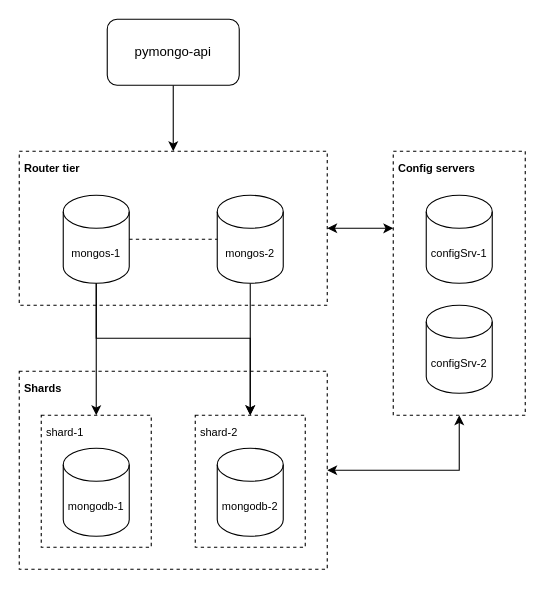
Above: 01-planing/sprint_2_task_1_mongo_sharding.drawio in IgorBarbashov/sa-sprint-02-sharding-and-replication (draw.io), before the change. Source tidied: cells renumbered, new cells numbered last; positions are measured from the earlier drawing's top-left corner, leaving out a move shared by most shapes. Both pictures are drawn from the tidied source at 110%, with x=0, y=0 at pixel (19, 19).
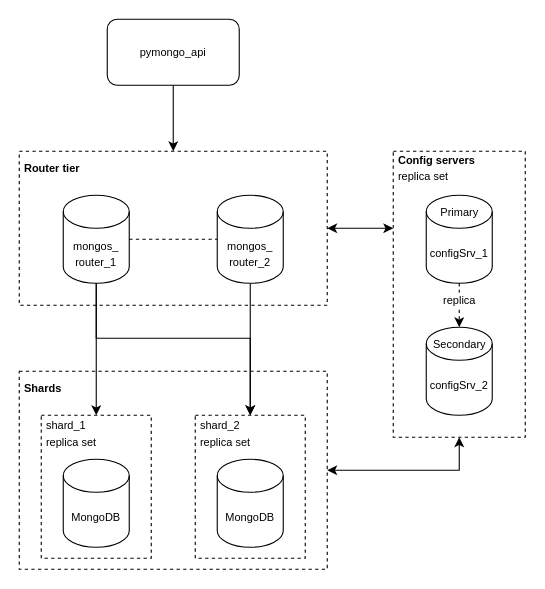
After the change.

Unchanged cells that the change refers to:
```xml
<mxCell id="4" style="rounded=0;whiteSpace=wrap;html=1;dashed=1;" parent="1" vertex="1">
  <mxGeometry y="120" width="280" height="140" as="geometry" />
</mxCell>
```

The edit, as a diff of the source:
```diff
@@
-    <mxCell id="6" value="&lt;font style=&quot;font-size: 10px;&quot;&gt;&lt;span style=&quot;text-wrap: nowrap;&quot;&gt;mongos-&lt;/span&gt;&lt;span style=&quot;text-wrap: nowrap; background-color: initial;&quot;&gt;2&lt;/span&gt;&lt;/font&gt;" style="shape=cylinder3;whiteSpace=wrap;html=1;boundedLbl=1;backgroundOutline=1;size=15;" parent="1" vertex="1">
+    <mxCell id="6" value="&lt;span style=&quot;font-size: 10px; text-wrap: nowrap;&quot;&gt;mongos_&lt;br&gt;router_2&lt;/span&gt;" style="shape=cylinder3;whiteSpace=wrap;html=1;boundedLbl=1;backgroundOutline=1;size=15;" parent="1" vertex="1">
       <mxGeometry x="180" y="160" width="60" height="80" as="geometry" />
     </mxCell>
@@
-    <mxCell id="8" value="&lt;font style=&quot;font-size: 10px;&quot;&gt;&lt;span style=&quot;text-wrap: nowrap;&quot;&gt;mongos-&lt;/span&gt;&lt;span style=&quot;text-wrap: nowrap; background-color: initial;&quot;&gt;1&lt;/span&gt;&lt;/font&gt;" style="shape=cylinder3;whiteSpace=wrap;html=1;boundedLbl=1;backgroundOutline=1;size=15;" parent="1" vertex="1">
+    <mxCell id="8" value="&lt;font style=&quot;font-size: 10px;&quot;&gt;&lt;span style=&quot;text-wrap: nowrap;&quot;&gt;mongos_&lt;br&gt;router_&lt;/span&gt;&lt;span style=&quot;text-wrap: nowrap; background-color: initial;&quot;&gt;1&lt;/span&gt;&lt;/font&gt;" style="shape=cylinder3;whiteSpace=wrap;html=1;boundedLbl=1;backgroundOutline=1;size=15;" parent="1" vertex="1">
       <mxGeometry x="40" y="160" width="60" height="80" as="geometry" />
     </mxCell>
@@
-    <mxCell id="11" value="pymongo-api" style="rounded=1;whiteSpace=wrap;html=1;" parent="1" vertex="1">
+    <mxCell id="11" value="&lt;font style=&quot;font-size: 10px;&quot;&gt;pymongo_api&lt;/font&gt;" style="rounded=1;whiteSpace=wrap;html=1;" parent="1" vertex="1">
       <mxGeometry x="80" width="120" height="60" as="geometry" />
     </mxCell>
@@
     <mxCell id="13" style="rounded=0;whiteSpace=wrap;html=1;dashed=1;" parent="1" vertex="1">
-      <mxGeometry x="20" y="360" width="100" height="120" as="geometry" />
+      <mxGeometry x="20" y="360" width="100" height="130" as="geometry" />
     </mxCell>
-    <mxCell id="14" value="&lt;font style=&quot;font-size: 10px;&quot;&gt;mongodb-1&lt;/font&gt;" style="shape=cylinder3;whiteSpace=wrap;html=1;boundedLbl=1;backgroundOutline=1;size=15;" parent="1" vertex="1">
-      <mxGeometry x="40" y="390" width="60" height="80" as="geometry" />
+    <mxCell id="14" value="&lt;font style=&quot;font-size: 10px;&quot;&gt;MongoDB&lt;/font&gt;" style="shape=cylinder3;whiteSpace=wrap;html=1;boundedLbl=1;backgroundOutline=1;size=15;" parent="1" vertex="1">
+      <mxGeometry x="40" y="400" width="60" height="80" as="geometry" />
     </mxCell>
     <mxCell id="15" style="rounded=0;whiteSpace=wrap;html=1;dashed=1;" parent="1" vertex="1">
-      <mxGeometry x="160" y="360" width="100" height="120" as="geometry" />
+      <mxGeometry x="160" y="360" width="100" height="130" as="geometry" />
     </mxCell>
-    <mxCell id="16" value="&lt;font style=&quot;font-size: 10px;&quot;&gt;mongodb-2&lt;/font&gt;" style="shape=cylinder3;whiteSpace=wrap;html=1;boundedLbl=1;backgroundOutline=1;size=15;" parent="1" vertex="1">
-      <mxGeometry x="180" y="390" width="60" height="80" as="geometry" />
+    <mxCell id="16" value="&lt;span style=&quot;font-size: 10px;&quot;&gt;MongoDB&lt;/span&gt;" style="shape=cylinder3;whiteSpace=wrap;html=1;boundedLbl=1;backgroundOutline=1;size=15;" parent="1" vertex="1">
+      <mxGeometry x="180" y="400" width="60" height="80" as="geometry" />
     </mxCell>
-    <mxCell id="17" value="&lt;font style=&quot;font-size: 10px;&quot;&gt;&amp;nbsp;shard-1&lt;/font&gt;" style="text;html=1;align=left;verticalAlign=middle;strokeColor=none;fillColor=none;" parent="1" vertex="1">
-      <mxGeometry x="20" y="362" width="55" height="26" as="geometry" />
+    <mxCell id="17" value="&lt;font style=&quot;font-size: 10px;&quot;&gt;&amp;nbsp;shard_1&lt;/font&gt;&lt;div&gt;&lt;font style=&quot;font-size: 10px;&quot;&gt;&amp;nbsp;replica set&lt;/font&gt;&lt;/div&gt;" style="text;html=1;align=left;verticalAlign=middle;strokeColor=none;fillColor=none;" parent="1" vertex="1">
+      <mxGeometry x="20" y="355" width="66" height="41" as="geometry" />
     </mxCell>
-    <mxCell id="18" value="&lt;font style=&quot;font-size: 10px;&quot;&gt;&amp;nbsp;shard-2&lt;/font&gt;" style="text;html=1;align=left;verticalAlign=middle;strokeColor=none;fillColor=none;" parent="1" vertex="1">
-      <mxGeometry x="160" y="362" width="55" height="26" as="geometry" />
+    <mxCell id="18" value="&lt;font style=&quot;font-size: 10px;&quot;&gt;&amp;nbsp;shard_2&lt;/font&gt;&lt;div&gt;&lt;font style=&quot;font-size: 10px;&quot;&gt;&amp;nbsp;replica set&lt;br&gt;&lt;/font&gt;&lt;/div&gt;" style="text;html=1;align=left;verticalAlign=middle;strokeColor=none;fillColor=none;" parent="1" vertex="1">
+      <mxGeometry x="160" y="355" width="66" height="41" as="geometry" />
     </mxCell>
     <mxCell id="19" style="rounded=0;whiteSpace=wrap;html=1;dashed=1;" parent="1" vertex="1">
-      <mxGeometry x="340" y="120" width="120" height="240" as="geometry" />
+      <mxGeometry x="340" y="120" width="120" height="260" as="geometry" />
     </mxCell>
-    <mxCell id="20" value="&lt;font style=&quot;&quot;&gt;&lt;span style=&quot;font-size: 10px; text-wrap: nowrap;&quot;&gt;configSrv-&lt;/span&gt;&lt;span style=&quot;font-size: 10px; text-wrap: nowrap; background-color: initial;&quot;&gt;2&lt;/span&gt;&lt;/font&gt;" style="shape=cylinder3;whiteSpace=wrap;html=1;boundedLbl=1;backgroundOutline=1;size=15;" parent="1" vertex="1">
-      <mxGeometry x="370" y="260" width="60" height="80" as="geometry" />
+    <mxCell id="20" value="&lt;font style=&quot;&quot;&gt;&lt;span style=&quot;font-size: 10px; text-wrap: nowrap;&quot;&gt;configSrv_&lt;/span&gt;&lt;span style=&quot;font-size: 10px; text-wrap: nowrap; background-color: initial;&quot;&gt;2&lt;/span&gt;&lt;/font&gt;" style="shape=cylinder3;whiteSpace=wrap;html=1;boundedLbl=1;backgroundOutline=1;size=15;" parent="1" vertex="1">
+      <mxGeometry x="370" y="280" width="60" height="80" as="geometry" />
     </mxCell>
-    <mxCell id="21" value="&lt;font style=&quot;&quot;&gt;&lt;span style=&quot;font-size: 10px; text-wrap: nowrap;&quot;&gt;configSrv-&lt;/span&gt;&lt;span style=&quot;font-size: 10px; text-wrap: nowrap; background-color: initial;&quot;&gt;1&lt;/span&gt;&lt;/font&gt;" style="shape=cylinder3;whiteSpace=wrap;html=1;boundedLbl=1;backgroundOutline=1;size=15;" parent="1" vertex="1">
+    <mxCell id="21" value="&lt;font style=&quot;&quot;&gt;&lt;span style=&quot;font-size: 10px; text-wrap: nowrap;&quot;&gt;configSrv_&lt;/span&gt;&lt;span style=&quot;font-size: 10px; text-wrap: nowrap; background-color: initial;&quot;&gt;1&lt;/span&gt;&lt;/font&gt;" style="shape=cylinder3;whiteSpace=wrap;html=1;boundedLbl=1;backgroundOutline=1;size=15;" parent="1" vertex="1">
       <mxGeometry x="370" y="160" width="60" height="80" as="geometry" />
     </mxCell>
-    <mxCell id="22" value="&lt;b&gt;&lt;font style=&quot;font-size: 10px;&quot;&gt;&amp;nbsp;Config servers&lt;/font&gt;&lt;/b&gt;" style="text;html=1;align=left;verticalAlign=middle;strokeColor=none;fillColor=none;" parent="1" vertex="1">
-      <mxGeometry x="340" y="122" width="91" height="26" as="geometry" />
+    <mxCell id="22" value="&lt;b&gt;&lt;font style=&quot;font-size: 10px;&quot;&gt;&amp;nbsp;Config servers&lt;/font&gt;&lt;/b&gt;&lt;div&gt;&lt;span style=&quot;font-size: 10px;&quot;&gt;&amp;nbsp;replica set&lt;/span&gt;&lt;b&gt;&lt;font style=&quot;font-size: 10px;&quot;&gt;&lt;br&gt;&lt;/font&gt;&lt;/b&gt;&lt;/div&gt;" style="text;html=1;align=left;verticalAlign=middle;strokeColor=none;fillColor=none;" parent="1" vertex="1">
+      <mxGeometry x="340" y="115" width="100" height="40" as="geometry" />
     </mxCell>
@@
-    <mxCell id="25" style="edgeStyle=orthogonalEdgeStyle;rounded=0;jettySize=auto;html=1;entryX=0;entryY=0.292;entryDx=0;entryDy=0;entryPerimeter=0;fontFamily=Helvetica;fontSize=12;fontColor=default;startArrow=classic;startFill=1;" parent="1" edge="1" source="4" target="19">
-      <mxGeometry relative="1" as="geometry" />
+    <mxCell id="25" style="edgeStyle=orthogonalEdgeStyle;rounded=0;jettySize=auto;html=1;fontFamily=Helvetica;fontSize=12;fontColor=default;startArrow=classic;startFill=1;" parent="1" edge="1" source="4">
+      <mxGeometry relative="1" as="geometry">
+        <mxPoint x="340" y="190" as="targetPoint" />
+        <Array as="points">
+          <mxPoint x="340" y="190" />
+        </Array>
+      </mxGeometry>
     </mxCell>
+    <mxCell id="26" style="edgeStyle=orthogonalEdgeStyle;rounded=0;jettySize=auto;html=1;entryX=0.5;entryY=0;entryDx=0;entryDy=0;entryPerimeter=0;dashed=1;" parent="1" edge="1" source="21" target="20">
+      <mxGeometry relative="1" as="geometry" />
+    </mxCell>
+    <mxCell id="27" value="&lt;font style=&quot;font-size: 10px;&quot;&gt;replica&lt;/font&gt;" style="edgeLabel;html=1;align=center;verticalAlign=middle;" parent="26" vertex="1">
+      <mxGeometry x="-0.04" y="-1" relative="1" as="geometry">
+        <mxPoint y="-5" as="offset" />
+      </mxGeometry>
+    </mxCell>
+    <mxCell id="28" value="&lt;font style=&quot;font-size: 10px;&quot;&gt;Primary&lt;/font&gt;" style="text;html=1;align=center;verticalAlign=middle;strokeColor=none;fillColor=none;" parent="1" vertex="1">
+      <mxGeometry x="370" y="160" width="60" height="30" as="geometry" />
+    </mxCell>
+    <mxCell id="29" value="&lt;font style=&quot;font-size: 10px;&quot;&gt;Secondary&lt;/font&gt;" style="text;html=1;align=center;verticalAlign=middle;strokeColor=none;fillColor=none;" parent="1" vertex="1">
+      <mxGeometry x="365" y="280" width="70" height="30" as="geometry" />
+    </mxCell>
```
